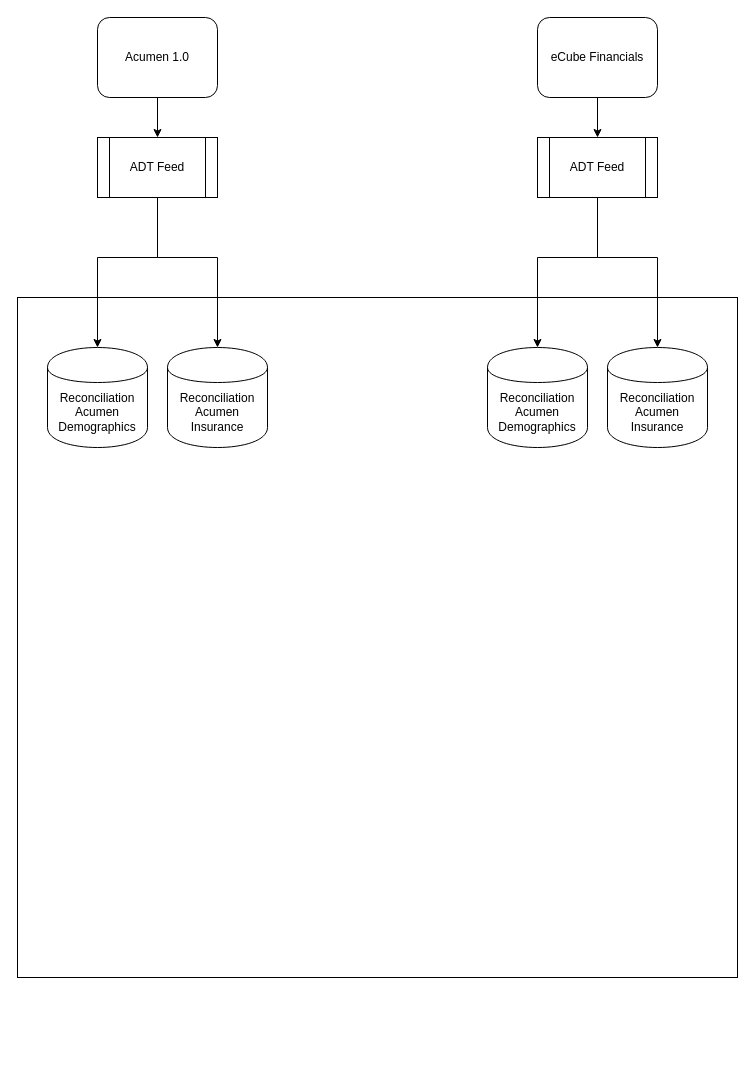
Above: page "Current" (1 of 2) of Kiwi.drawio in rgmoore/drawio (draw.io), before the change. Source tidied: cells renumbered, new cells numbered last; positions are measured from the earlier drawing's top-left corner, leaving out a move shared by most shapes. Both pictures are drawn from the tidied source at 100%, with x=0, y=0 at pixel (17, 17).
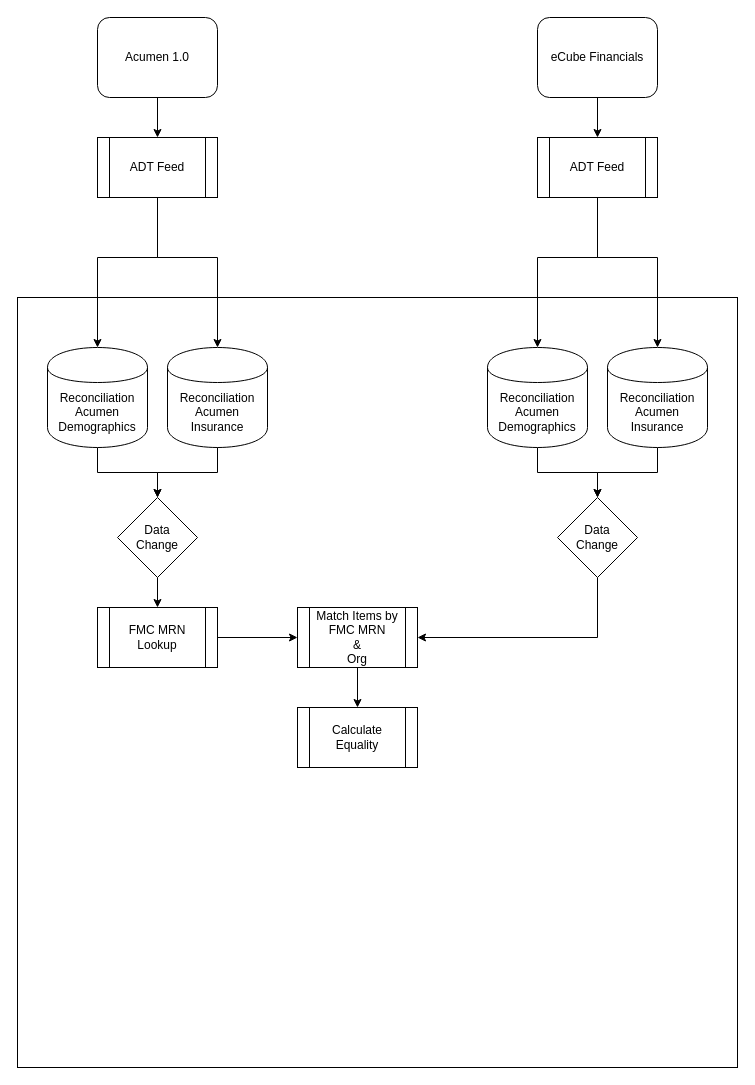
Above is the later version.

Unchanged cells that the change refers to:
```xml
<mxCell id="9" value="Reconciliation&lt;br&gt;Acumen&lt;br&gt;Demographics" style="shape=cylinder;whiteSpace=wrap;html=1;boundedLbl=1;backgroundOutline=1;" parent="1" vertex="1">
  <mxGeometry x="30" y="330" width="100" height="100" as="geometry" />
</mxCell>
<mxCell id="11" value="Reconciliation&lt;br&gt;Acumen&lt;br&gt;Insurance" style="shape=cylinder;whiteSpace=wrap;html=1;boundedLbl=1;backgroundOutline=1;" parent="1" vertex="1">
  <mxGeometry x="150" y="330" width="100" height="100" as="geometry" />
</mxCell>
<mxCell id="13" value="Reconciliation&lt;br&gt;Acumen&lt;br&gt;Demographics" style="shape=cylinder;whiteSpace=wrap;html=1;boundedLbl=1;backgroundOutline=1;" parent="1" vertex="1">
  <mxGeometry x="470" y="330" width="100" height="100" as="geometry" />
</mxCell>
<mxCell id="14" value="Reconciliation&lt;br&gt;Acumen&lt;br&gt;Insurance" style="shape=cylinder;whiteSpace=wrap;html=1;boundedLbl=1;backgroundOutline=1;" parent="1" vertex="1">
  <mxGeometry x="590" y="330" width="100" height="100" as="geometry" />
</mxCell>
```

Change to the diagram source:
```diff
@@
     <mxCell id="8" style="rounded=0;whiteSpace=wrap;html=1;" parent="1" vertex="1">
-      <mxGeometry y="280" width="720" height="680" as="geometry" />
+      <mxGeometry y="280" width="720" height="770" as="geometry" />
     </mxCell>
+    <mxCell id="17" style="edgeStyle=orthogonalEdgeStyle;rounded=0;jettySize=auto;html=1;" parent="1" edge="1" source="9" target="21">
+      <mxGeometry relative="1" as="geometry" />
+    </mxCell>
@@
+    <mxCell id="18" style="edgeStyle=orthogonalEdgeStyle;rounded=0;jettySize=auto;html=1;" parent="1" edge="1" source="13" target="23">
+      <mxGeometry relative="1" as="geometry" />
+    </mxCell>
@@
+    <mxCell id="19" style="edgeStyle=orthogonalEdgeStyle;rounded=0;jettySize=auto;html=1;" parent="1" edge="1" source="14" target="23">
+      <mxGeometry relative="1" as="geometry" />
+    </mxCell>
@@
+    <mxCell id="20" style="edgeStyle=orthogonalEdgeStyle;rounded=0;jettySize=auto;html=1;" parent="1" edge="1" source="21" target="27">
+      <mxGeometry relative="1" as="geometry" />
+    </mxCell>
+    <mxCell id="21" value="Data&lt;br&gt;Change" style="rhombus;whiteSpace=wrap;html=1;" parent="1" vertex="1">
+      <mxGeometry x="100" y="480" width="80" height="80" as="geometry" />
+    </mxCell>
+    <mxCell id="22" style="edgeStyle=orthogonalEdgeStyle;rounded=0;jettySize=auto;html=1;entryX=1;entryY=0.5;entryDx=0;entryDy=0;" parent="1" edge="1" source="23" target="25">
+      <mxGeometry relative="1" as="geometry">
+        <Array as="points">
+          <mxPoint x="580" y="620" />
+        </Array>
+      </mxGeometry>
+    </mxCell>
+    <mxCell id="23" value="Data&lt;br&gt;Change" style="rhombus;whiteSpace=wrap;html=1;" parent="1" vertex="1">
+      <mxGeometry x="540" y="480" width="80" height="80" as="geometry" />
+    </mxCell>
+    <mxCell id="24" style="edgeStyle=orthogonalEdgeStyle;rounded=0;jettySize=auto;html=1;" parent="1" edge="1" source="25" target="29">
+      <mxGeometry relative="1" as="geometry" />
+    </mxCell>
+    <mxCell id="25" value="Match Items by FMC MRN&lt;br&gt;&amp;amp;&lt;br&gt;Org" style="shape=process;whiteSpace=wrap;html=1;backgroundOutline=1;" parent="1" vertex="1">
+      <mxGeometry x="280" y="590" width="120" height="60" as="geometry" />
+    </mxCell>
+    <mxCell id="26" style="edgeStyle=orthogonalEdgeStyle;rounded=0;jettySize=auto;html=1;" parent="1" edge="1" source="27" target="25">
+      <mxGeometry relative="1" as="geometry" />
+    </mxCell>
+    <mxCell id="27" value="FMC MRN Lookup" style="shape=process;whiteSpace=wrap;html=1;backgroundOutline=1;" parent="1" vertex="1">
+      <mxGeometry x="80" y="590" width="120" height="60" as="geometry" />
+    </mxCell>
+    <mxCell id="28" style="edgeStyle=orthogonalEdgeStyle;rounded=0;jettySize=auto;html=1;exitX=0.5;exitY=1;exitDx=0;exitDy=0;entryX=0.5;entryY=0;entryDx=0;entryDy=0;" parent="1" edge="1" source="11" target="21">
+      <mxGeometry relative="1" as="geometry" />
+    </mxCell>
+    <mxCell id="29" value="Calculate Equality" style="shape=process;whiteSpace=wrap;html=1;backgroundOutline=1;" parent="1" vertex="1">
+      <mxGeometry x="280" y="690" width="120" height="60" as="geometry" />
+    </mxCell>
```
